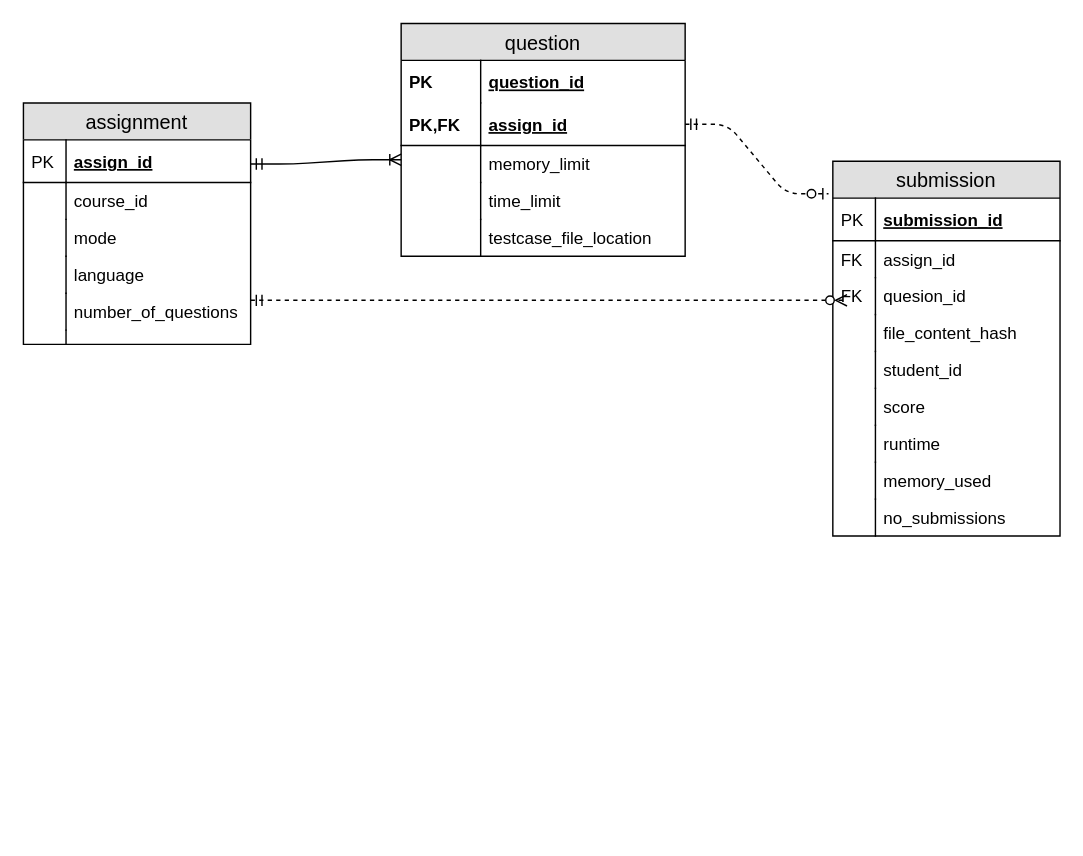
Earlier version of the draw.io diagram artifacts/drawings/database_ERD.drawio (kat-lego/Project-3). Source tidied: cells renumbered, new cells numbered last; positions are measured from the earlier drawing's top-left corner, leaving out a move shared by most shapes. Both pictures are drawn from the tidied source at 142%, with x=0, y=0 at pixel (23, 23).
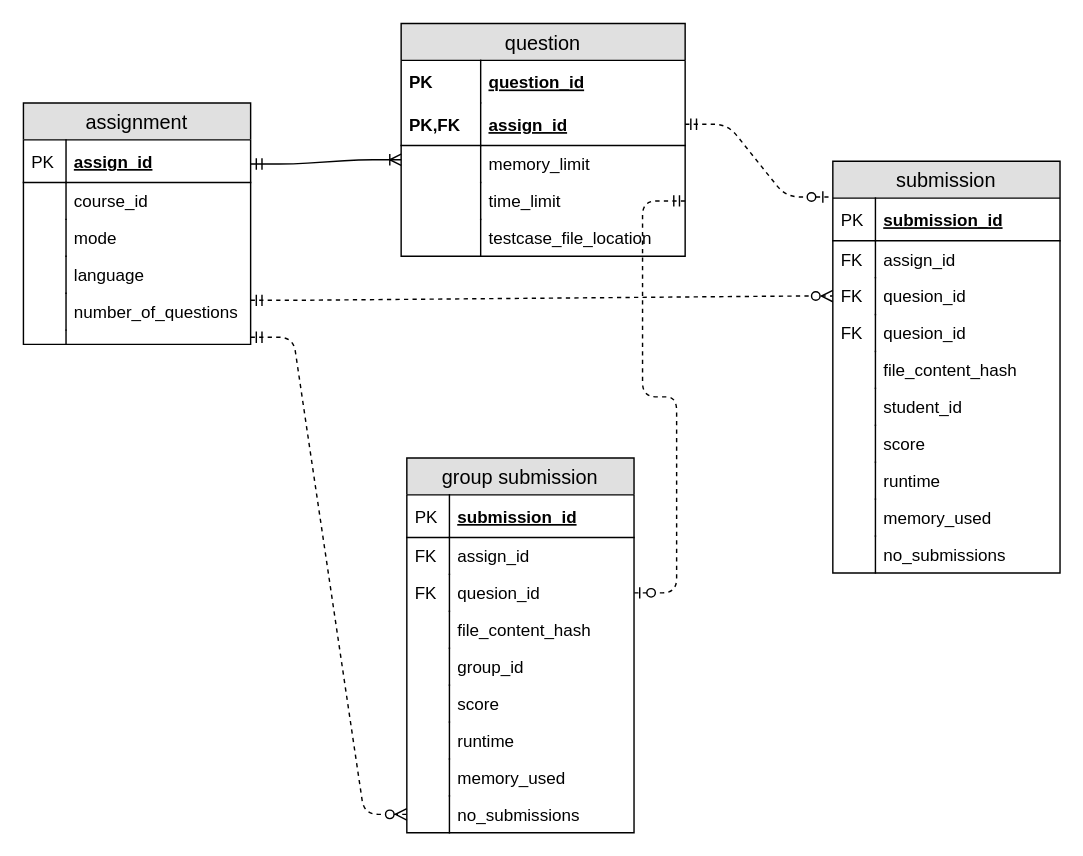
The same diagram, later.

Unchanged cells that the change refers to:
```xml
<mxCell id="11" value="number_of_questions" style="shape=partialRectangle;top=0;left=0;right=0;bottom=0;align=left;verticalAlign=top;fillColor=none;spacingLeft=34;spacingRight=4;overflow=hidden;points=[[0,0.5],[1,0.5]];portConstraint=eastwest;fontSize=12;" parent="2" vertex="1">
  <mxGeometry y="134" width="160" height="26" as="geometry" />
</mxCell>
<mxCell id="13" style="shape=partialRectangle;top=0;left=0;right=0;bottom=0;align=left;verticalAlign=top;fillColor=none;spacingLeft=34;spacingRight=4;overflow=hidden;points=[[0,0.5],[1,0.5]];portConstraint=eastwest;fontSize=12;" parent="2" vertex="1">
  <mxGeometry y="160" width="160" height="10" as="geometry" />
</mxCell>
<mxCell id="22" value="time_limit" style="shape=partialRectangle;top=0;left=0;right=0;bottom=0;align=left;verticalAlign=top;fillColor=none;spacingLeft=60;spacingRight=4;overflow=hidden;points=[[0,0.5],[1,0.5]];portConstraint=eastwest;fontSize=12;" parent="15" vertex="1">
  <mxGeometry y="112" width="200" height="26" as="geometry" />
</mxCell>
```

Change to the diagram source:
```diff
@@
     <mxCell id="27" value="submission" style="swimlane;fontStyle=0;horizontal=1;startSize=26;fillColor=#e0e0e0;swimlaneFillColor=#ffffff;align=center;fontSize=14;" parent="1" vertex="1">
-      <mxGeometry x="570" y="97" width="160" height="264" as="geometry" />
+      <mxGeometry x="570" y="97" width="160" height="290" as="geometry" />
     </mxCell>
@@
+    <mxCell id="48" value="quesion_id" style="shape=partialRectangle;top=0;left=0;right=0;bottom=0;align=left;verticalAlign=top;fillColor=none;spacingLeft=34;spacingRight=4;overflow=hidden;points=[[0,0.5],[1,0.5]];portConstraint=eastwest;fontSize=12;" parent="27" vertex="1">
+      <mxGeometry y="82" width="160" height="26" as="geometry" />
+    </mxCell>
+    <mxCell id="49" value="FK" style="shape=partialRectangle;top=0;left=0;bottom=0;fillColor=none;align=left;verticalAlign=top;spacingLeft=4;spacingRight=4;overflow=hidden;fontSize=12;" parent="48" vertex="1">
+      <mxGeometry width="30" height="26" as="geometry" />
+    </mxCell>
     <mxCell id="32" value="quesion_id" style="shape=partialRectangle;top=0;left=0;right=0;bottom=0;align=left;verticalAlign=top;fillColor=none;spacingLeft=34;spacingRight=4;overflow=hidden;fontSize=12;" parent="27" vertex="1">
-      <mxGeometry y="82" width="160" height="26" as="geometry" />
+      <mxGeometry y="108" width="160" height="26" as="geometry" />
     </mxCell>
@@
     <mxCell id="34" value="file_content_hash" style="shape=partialRectangle;top=0;left=0;right=0;bottom=0;align=left;verticalAlign=top;fillColor=none;spacingLeft=34;spacingRight=4;overflow=hidden;fontSize=12;" parent="27" vertex="1">
-      <mxGeometry y="108" width="160" height="26" as="geometry" />
+      <mxGeometry y="134" width="160" height="26" as="geometry" />
     </mxCell>
@@
     <mxCell id="36" value="student_id" style="shape=partialRectangle;top=0;left=0;right=0;bottom=0;align=left;verticalAlign=top;fillColor=none;spacingLeft=34;spacingRight=4;overflow=hidden;fontSize=12;" parent="27" vertex="1">
-      <mxGeometry y="134" width="160" height="26" as="geometry" />
+      <mxGeometry y="160" width="160" height="26" as="geometry" />
     </mxCell>
@@
     <mxCell id="38" value="score" style="shape=partialRectangle;top=0;left=0;right=0;bottom=0;align=left;verticalAlign=top;fillColor=none;spacingLeft=34;spacingRight=4;overflow=hidden;fontSize=12;" parent="27" vertex="1">
-      <mxGeometry y="160" width="160" height="26" as="geometry" />
+      <mxGeometry y="186" width="160" height="26" as="geometry" />
     </mxCell>
@@
     <mxCell id="40" value="runtime" style="shape=partialRectangle;top=0;left=0;right=0;bottom=0;align=left;verticalAlign=top;fillColor=none;spacingLeft=34;spacingRight=4;overflow=hidden;fontSize=12;" parent="27" vertex="1">
-      <mxGeometry y="186" width="160" height="26" as="geometry" />
+      <mxGeometry y="212" width="160" height="26" as="geometry" />
     </mxCell>
@@
     <mxCell id="42" value="memory_used" style="shape=partialRectangle;top=0;left=0;right=0;bottom=0;align=left;verticalAlign=top;fillColor=none;spacingLeft=34;spacingRight=4;overflow=hidden;fontSize=12;" parent="27" vertex="1">
-      <mxGeometry y="212" width="160" height="26" as="geometry" />
+      <mxGeometry y="238" width="160" height="26" as="geometry" />
     </mxCell>
@@
     <mxCell id="44" value="no_submissions" style="shape=partialRectangle;top=0;left=0;right=0;bottom=0;align=left;verticalAlign=top;fillColor=none;spacingLeft=34;spacingRight=4;overflow=hidden;fontSize=12;" parent="27" vertex="1">
-      <mxGeometry y="238" width="160" height="26" as="geometry" />
+      <mxGeometry y="264" width="160" height="26" as="geometry" />
     </mxCell>
@@
-    <mxCell id="47" style="edgeStyle=entityRelationEdgeStyle;fontSize=12;html=1;endArrow=ERzeroToMany;startArrow=ERmandOne;dashed=1;exitX=1;exitY=0.192;exitDx=0;exitDy=0;exitPerimeter=0;" parent="1" edge="1" source="11">
-      <mxGeometry relative="1" as="geometry">
-        <mxPoint x="580" y="195" as="targetPoint" />
-      </mxGeometry>
+    <mxCell id="47" style="edgeStyle=entityRelationEdgeStyle;fontSize=12;html=1;endArrow=ERzeroToMany;startArrow=ERmandOne;dashed=1;exitX=1;exitY=0.192;exitDx=0;exitDy=0;exitPerimeter=0;entryX=0;entryY=0.5;entryDx=0;entryDy=0;" parent="1" edge="1" source="11" target="48">
+      <mxGeometry relative="1" as="geometry" />
     </mxCell>
+    <mxCell id="50" value="group submission" style="swimlane;fontStyle=0;horizontal=1;startSize=26;fillColor=#e0e0e0;swimlaneFillColor=#ffffff;align=center;fontSize=14;" parent="1" vertex="1">
+      <mxGeometry x="270" y="306" width="160" height="264" as="geometry" />
+    </mxCell>
+    <mxCell id="51" value="submission_id" style="shape=partialRectangle;top=0;left=0;right=0;bottom=1;align=left;verticalAlign=middle;fillColor=none;spacingLeft=34;spacingRight=4;overflow=hidden;fontStyle=5;fontSize=12;" parent="50" vertex="1">
+      <mxGeometry y="26" width="160" height="30" as="geometry" />
+    </mxCell>
+    <mxCell id="52" value="PK" style="shape=partialRectangle;top=0;left=0;bottom=0;fillColor=none;align=left;verticalAlign=middle;spacingLeft=4;spacingRight=4;overflow=hidden;fontSize=12;" parent="51" vertex="1">
+      <mxGeometry width="30" height="30" as="geometry" />
+    </mxCell>
+    <mxCell id="53" value="assign_id" style="shape=partialRectangle;top=0;left=0;right=0;bottom=0;align=left;verticalAlign=top;fillColor=none;spacingLeft=34;spacingRight=4;overflow=hidden;fontSize=12;" parent="50" vertex="1">
+      <mxGeometry y="56" width="160" height="26" as="geometry" />
+    </mxCell>
+    <mxCell id="54" value="FK" style="shape=partialRectangle;top=0;left=0;bottom=0;fillColor=none;align=left;verticalAlign=top;spacingLeft=4;spacingRight=4;overflow=hidden;fontSize=12;" parent="53" vertex="1">
+      <mxGeometry width="30" height="26" as="geometry" />
+    </mxCell>
+    <mxCell id="55" value="quesion_id" style="shape=partialRectangle;top=0;left=0;right=0;bottom=0;align=left;verticalAlign=top;fillColor=none;spacingLeft=34;spacingRight=4;overflow=hidden;points=[[0,0.5],[1,0.5]];portConstraint=eastwest;fontSize=12;" parent="50" vertex="1">
+      <mxGeometry y="82" width="160" height="26" as="geometry" />
+    </mxCell>
+    <mxCell id="56" value="FK" style="shape=partialRectangle;top=0;left=0;bottom=0;fillColor=none;align=left;verticalAlign=top;spacingLeft=4;spacingRight=4;overflow=hidden;fontSize=12;" parent="55" vertex="1">
+      <mxGeometry width="30" height="26" as="geometry" />
+    </mxCell>
+    <mxCell id="57" value="file_content_hash" style="shape=partialRectangle;top=0;left=0;right=0;bottom=0;align=left;verticalAlign=top;fillColor=none;spacingLeft=34;spacingRight=4;overflow=hidden;fontSize=12;" parent="50" vertex="1">
+      <mxGeometry y="108" width="160" height="26" as="geometry" />
+    </mxCell>
+    <mxCell id="58" style="shape=partialRectangle;top=0;left=0;bottom=0;fillColor=none;align=left;verticalAlign=top;spacingLeft=4;spacingRight=4;overflow=hidden;fontSize=12;" parent="57" vertex="1">
+      <mxGeometry width="30" height="26" as="geometry" />
+    </mxCell>
+    <mxCell id="59" value="group_id" style="shape=partialRectangle;top=0;left=0;right=0;bottom=0;align=left;verticalAlign=top;fillColor=none;spacingLeft=34;spacingRight=4;overflow=hidden;fontSize=12;" parent="50" vertex="1">
+      <mxGeometry y="134" width="160" height="26" as="geometry" />
+    </mxCell>
+    <mxCell id="60" style="shape=partialRectangle;top=0;left=0;bottom=0;fillColor=none;align=left;verticalAlign=top;spacingLeft=4;spacingRight=4;overflow=hidden;fontSize=12;" parent="59" vertex="1">
+      <mxGeometry width="30" height="26" as="geometry" />
+    </mxCell>
+    <mxCell id="61" value="score" style="shape=partialRectangle;top=0;left=0;right=0;bottom=0;align=left;verticalAlign=top;fillColor=none;spacingLeft=34;spacingRight=4;overflow=hidden;fontSize=12;" parent="50" vertex="1">
+      <mxGeometry y="160" width="160" height="26" as="geometry" />
+    </mxCell>
+    <mxCell id="62" style="shape=partialRectangle;top=0;left=0;bottom=0;fillColor=none;align=left;verticalAlign=top;spacingLeft=4;spacingRight=4;overflow=hidden;fontSize=12;" parent="61" vertex="1">
+      <mxGeometry width="30" height="26" as="geometry" />
+    </mxCell>
+    <mxCell id="63" value="runtime" style="shape=partialRectangle;top=0;left=0;right=0;bottom=0;align=left;verticalAlign=top;fillColor=none;spacingLeft=34;spacingRight=4;overflow=hidden;fontSize=12;" parent="50" vertex="1">
+      <mxGeometry y="186" width="160" height="26" as="geometry" />
+    </mxCell>
+    <mxCell id="64" style="shape=partialRectangle;top=0;left=0;bottom=0;fillColor=none;align=left;verticalAlign=top;spacingLeft=4;spacingRight=4;overflow=hidden;fontSize=12;" parent="63" vertex="1">
+      <mxGeometry width="30" height="26" as="geometry" />
+    </mxCell>
+    <mxCell id="65" value="memory_used" style="shape=partialRectangle;top=0;left=0;right=0;bottom=0;align=left;verticalAlign=top;fillColor=none;spacingLeft=34;spacingRight=4;overflow=hidden;fontSize=12;" parent="50" vertex="1">
+      <mxGeometry y="212" width="160" height="26" as="geometry" />
+    </mxCell>
+    <mxCell id="66" style="shape=partialRectangle;top=0;left=0;bottom=0;fillColor=none;align=left;verticalAlign=top;spacingLeft=4;spacingRight=4;overflow=hidden;fontSize=12;" parent="65" vertex="1">
+      <mxGeometry width="30" height="26" as="geometry" />
+    </mxCell>
+    <mxCell id="67" value="no_submissions" style="shape=partialRectangle;top=0;left=0;right=0;bottom=0;align=left;verticalAlign=top;fillColor=none;spacingLeft=34;spacingRight=4;overflow=hidden;points=[[0,0.5],[1,0.5]];portConstraint=eastwest;fontSize=12;" parent="50" vertex="1">
+      <mxGeometry y="238" width="160" height="26" as="geometry" />
+    </mxCell>
+    <mxCell id="68" style="shape=partialRectangle;top=0;left=0;bottom=0;fillColor=none;align=left;verticalAlign=top;spacingLeft=4;spacingRight=4;overflow=hidden;fontSize=12;" parent="67" vertex="1">
+      <mxGeometry width="30" height="26" as="geometry" />
+    </mxCell>
+    <mxCell id="69" style="edgeStyle=entityRelationEdgeStyle;fontSize=12;html=1;endArrow=ERzeroToMany;startArrow=ERmandOne;dashed=1;exitX=1;exitY=0.5;exitDx=0;exitDy=0;entryX=0;entryY=0.5;entryDx=0;entryDy=0;" parent="1" edge="1" source="13" target="67">
+      <mxGeometry relative="1" as="geometry" />
+    </mxCell>
+    <mxCell id="70" style="edgeStyle=entityRelationEdgeStyle;fontSize=12;html=1;endArrow=ERzeroToOne;startArrow=ERmandOne;exitX=1;exitY=0.5;exitDx=0;exitDy=0;dashed=1;" parent="1" edge="1" source="22" target="55">
+      <mxGeometry relative="1" as="geometry" />
+    </mxCell>
```
